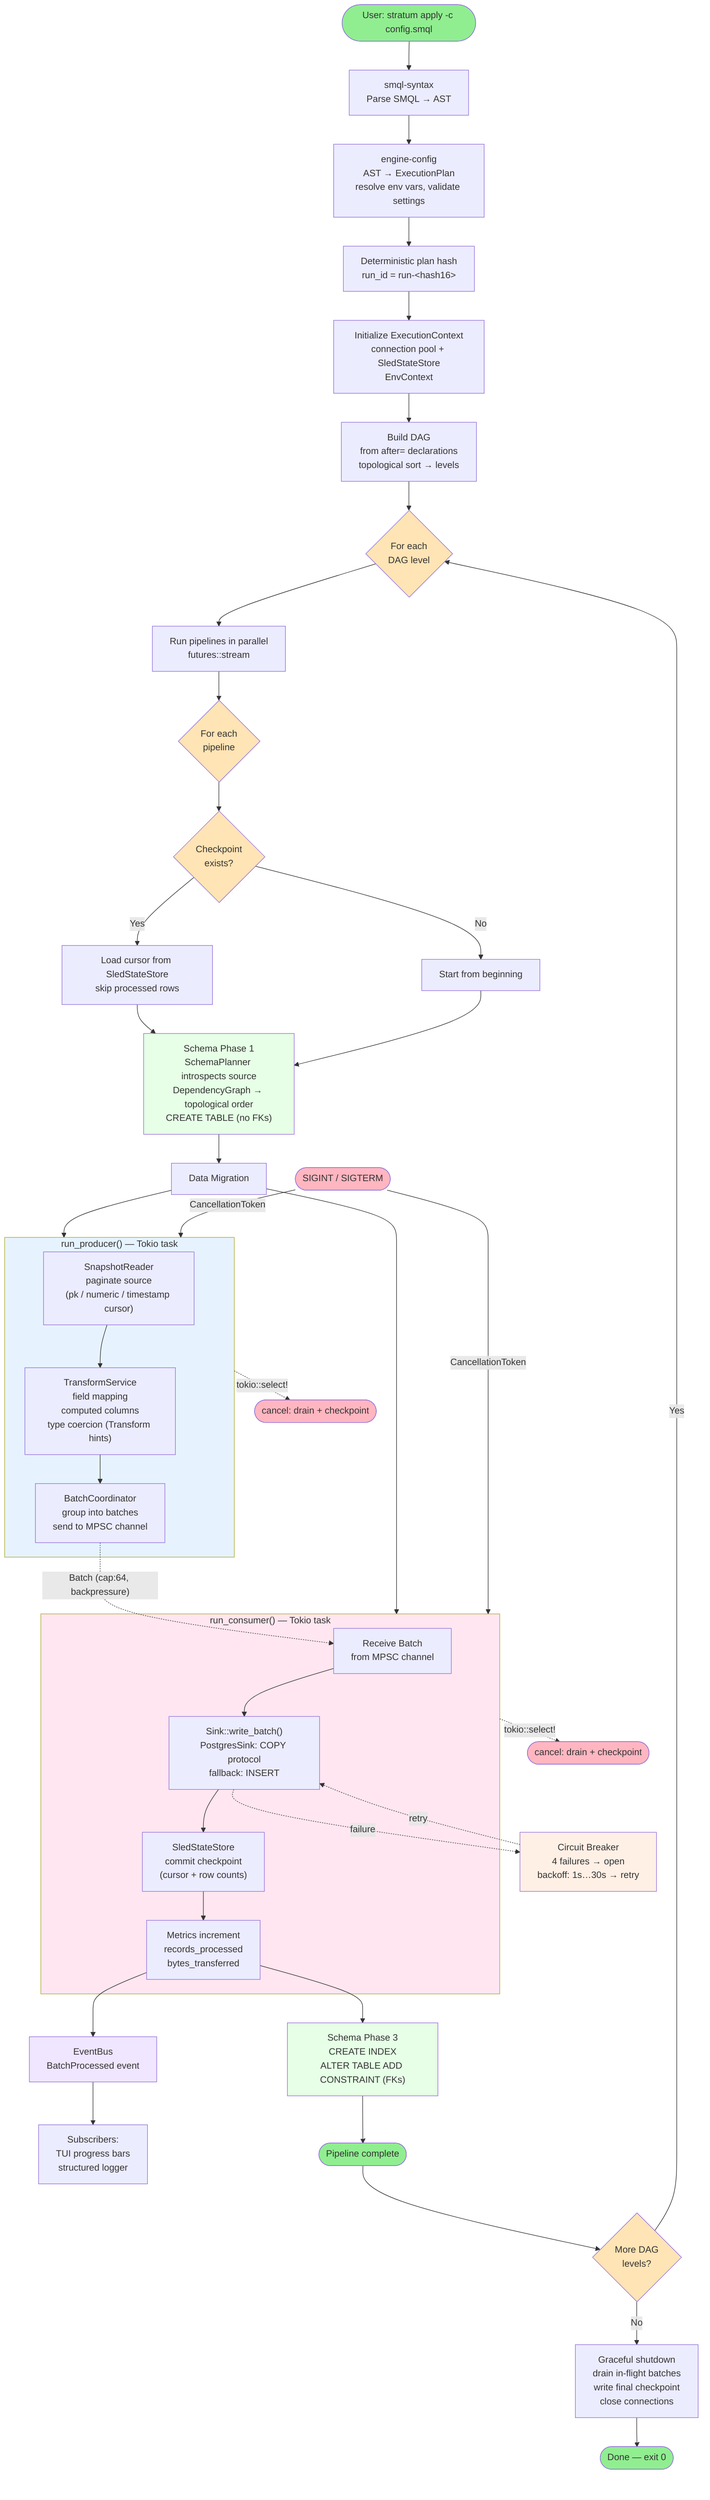
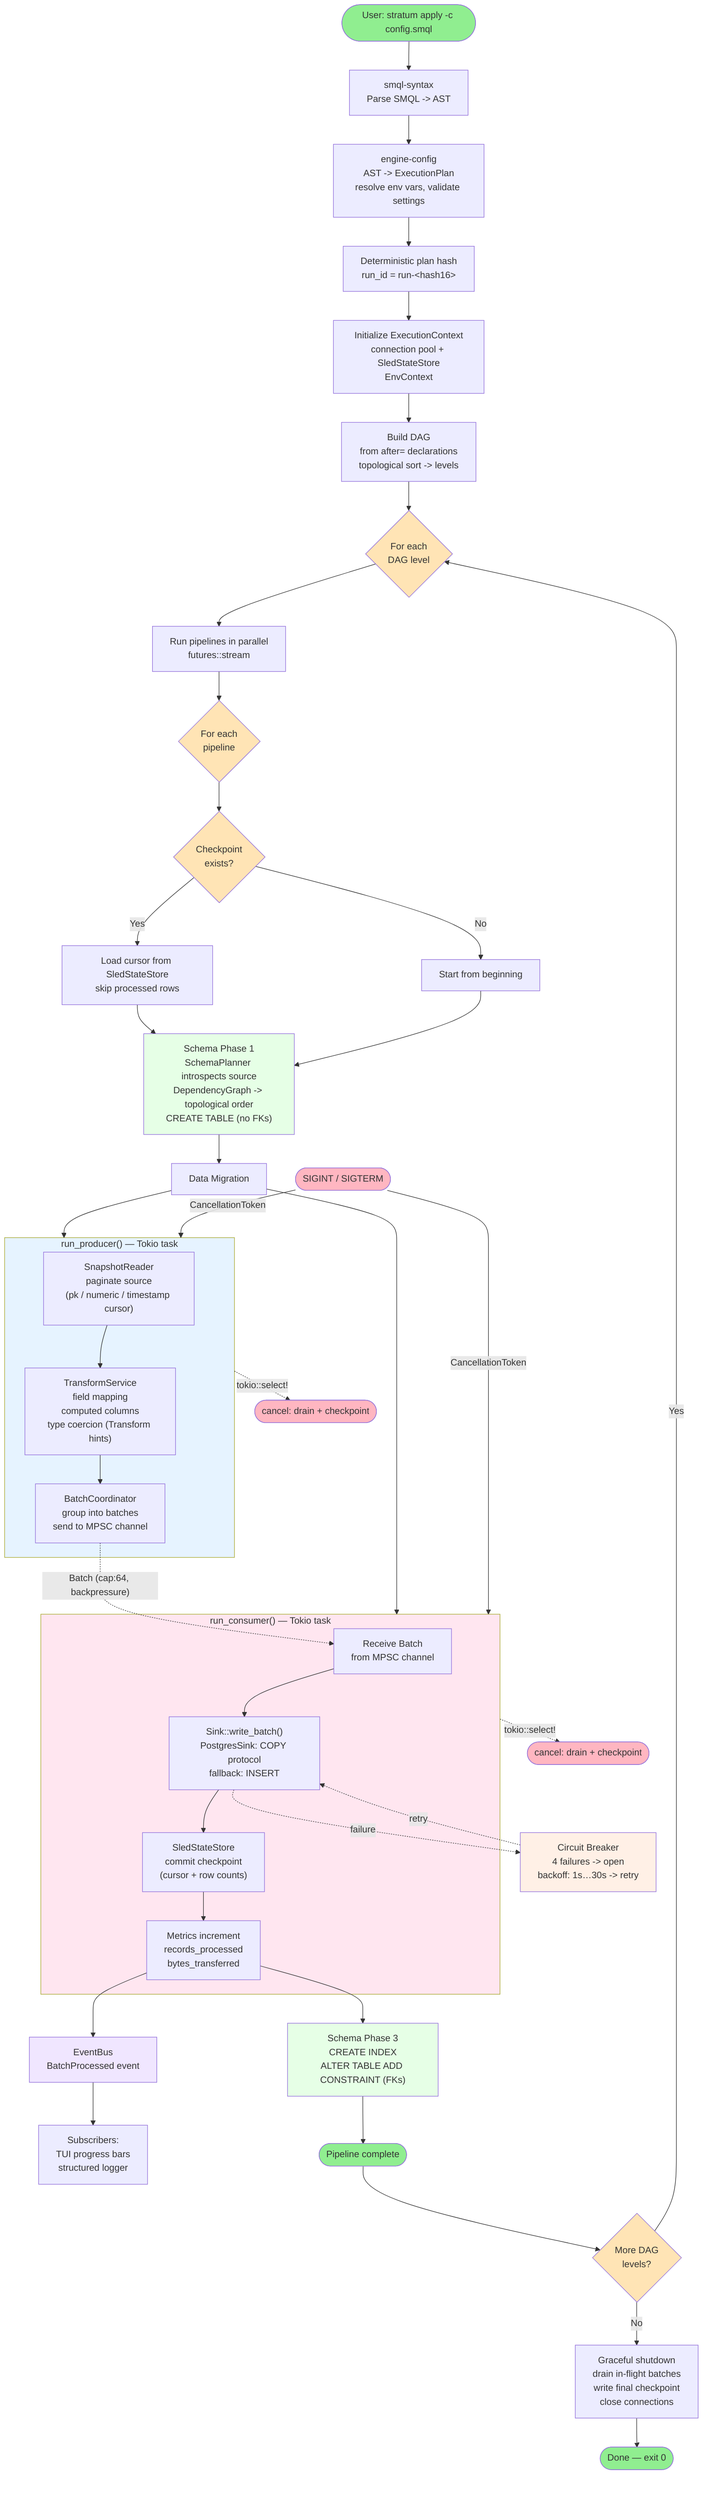
flowchart TD
-     START([User: stratum apply -c config.smql]) --> PARSE[smql-syntax<br/>Parse SMQL → AST]
-     PARSE --> BUILD_PLAN[engine-config<br/>AST → ExecutionPlan<br/>resolve env vars, validate settings]
+     START([User: stratum apply -c config.smql]) --> PARSE[smql-syntax<br/>Parse SMQL -> AST]
+     PARSE --> BUILD_PLAN[engine-config<br/>AST -> ExecutionPlan<br/>resolve env vars, validate settings]
    BUILD_PLAN --> HASH["Deterministic plan hash<br/>run_id = run-&lt;hash16&gt;"]
    HASH --> INIT[Initialize ExecutionContext<br/>connection pool + SledStateStore<br/>EnvContext]

-     INIT --> DAG_BUILD[Build DAG<br/>from after= declarations<br/>topological sort → levels]
+     INIT --> DAG_BUILD[Build DAG<br/>from after= declarations<br/>topological sort -> levels]

    DAG_BUILD --> LEVEL_LOOP{For each<br/>DAG level}

    LEVEL_LOOP --> PARALLEL[Run pipelines in parallel<br/>futures::stream]

    PARALLEL --> PIPELINE{For each<br/>pipeline}

    PIPELINE --> CHECKPOINT_CHECK{Checkpoint<br/>exists?}
    CHECKPOINT_CHECK -->|Yes| RESUME[Load cursor from SledStateStore<br/>skip processed rows]
    CHECKPOINT_CHECK -->|No| FRESH[Start from beginning]

    RESUME --> SCHEMA_P1
    FRESH --> SCHEMA_P1

-     SCHEMA_P1["Schema Phase 1<br/>SchemaPlanner introspects source<br/>DependencyGraph → topological order<br/>CREATE TABLE (no FKs)"]
+     SCHEMA_P1["Schema Phase 1<br/>SchemaPlanner introspects source<br/>DependencyGraph -> topological order<br/>CREATE TABLE (no FKs)"]

    SCHEMA_P1 --> DATA_MIGRATE[Data Migration]

    subgraph PRODUCER["run_producer() — Tokio task"]
        SNAP["SnapshotReader<br/>paginate source<br/>(pk / numeric / timestamp cursor)"]
        TRANS["TransformService<br/>field mapping<br/>computed columns<br/>type coercion (Transform hints)"]
        BATCH["BatchCoordinator<br/>group into batches<br/>send to MPSC channel"]

        SNAP --> TRANS
        TRANS --> BATCH
    end

    subgraph CONSUMER["run_consumer() — Tokio task"]
        RECV["Receive Batch<br/>from MPSC channel"]
        WRITE["Sink::write_batch()<br/>PostgresSink: COPY protocol<br/>fallback: INSERT"]
        CKPT["SledStateStore<br/>commit checkpoint<br/>(cursor + row counts)"]
        MET["Metrics increment<br/>records_processed<br/>bytes_transferred"]

        RECV --> WRITE
        WRITE --> CKPT
        CKPT --> MET
    end

    DATA_MIGRATE --> PRODUCER
    DATA_MIGRATE --> CONSUMER

    BATCH -.->|"Batch (cap:64, backpressure)"| RECV

-     CB["Circuit Breaker<br/>4 failures → open<br/>backoff: 1s…30s → retry"]
+     CB["Circuit Breaker<br/>4 failures -> open<br/>backoff: 1s…30s -> retry"]
    WRITE -.->|failure| CB
    CB -.->|retry| WRITE

    MET --> EVENTBUS[EventBus<br/>BatchProcessed event]
    EVENTBUS --> SUBSCRIBERS["Subscribers:<br/>TUI progress bars<br/>structured logger"]

    MET --> SCHEMA_P3

    SCHEMA_P3["Schema Phase 3<br/>CREATE INDEX<br/>ALTER TABLE ADD CONSTRAINT (FKs)"]

    SCHEMA_P3 --> PIPELINE_DONE([Pipeline complete])

    PIPELINE_DONE --> MORE_LEVELS{More DAG<br/>levels?}
    MORE_LEVELS -->|Yes| LEVEL_LOOP
    MORE_LEVELS -->|No| SHUTDOWN

    SHUTDOWN["Graceful shutdown<br/>drain in-flight batches<br/>write final checkpoint<br/>close connections"]

    SHUTDOWN --> END([Done — exit 0])

    SIGINT(["SIGINT / SIGTERM"]) -->|CancellationToken| PRODUCER
    SIGINT -->|CancellationToken| CONSUMER
    PRODUCER -.->|tokio::select!| CANCEL_P([cancel: drain + checkpoint])
    CONSUMER -.->|tokio::select!| CANCEL_C([cancel: drain + checkpoint])

    style START fill:#90EE90
    style END fill:#90EE90
    style PIPELINE_DONE fill:#90EE90
    style CANCEL_P fill:#FFB6C1
    style CANCEL_C fill:#FFB6C1
    style SIGINT fill:#FFB6C1
    style LEVEL_LOOP fill:#FFE4B5
    style PIPELINE fill:#FFE4B5
    style MORE_LEVELS fill:#FFE4B5
    style CHECKPOINT_CHECK fill:#FFE4B5
    style PRODUCER fill:#E6F3FF
    style CONSUMER fill:#FFE6F0
    style CB fill:#FFF0E6
    style SCHEMA_P1 fill:#E6FFE6
    style SCHEMA_P3 fill:#E6FFE6
    style EVENTBUS fill:#F0E6FF
